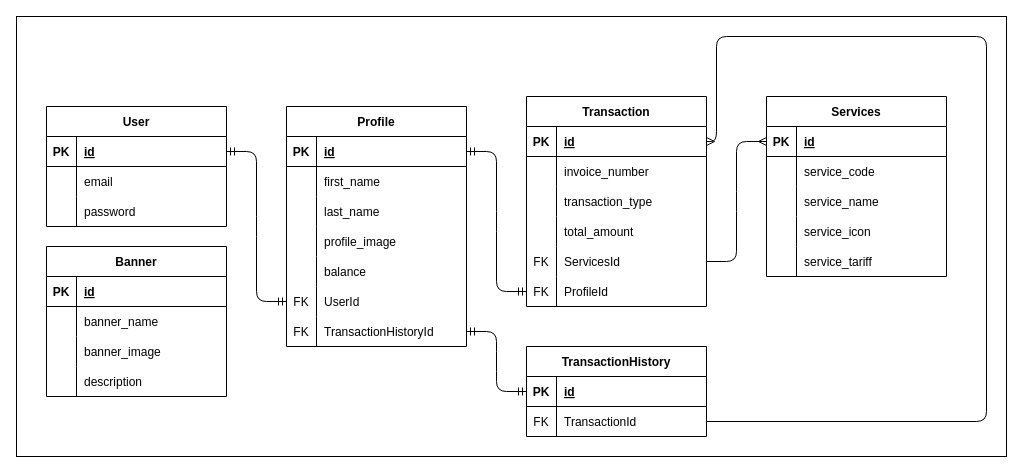
This is ERD.drawio from alexanderbry/NutechIntegrasiTHT, a draw.io file, before an edit. Source tidied: cells renumbered, new cells numbered last; positions are measured from the earlier drawing's top-left corner, leaving out a move shared by most shapes. Both pictures are drawn from the tidied source at 100%, with x=0, y=0 at pixel (16, 16).
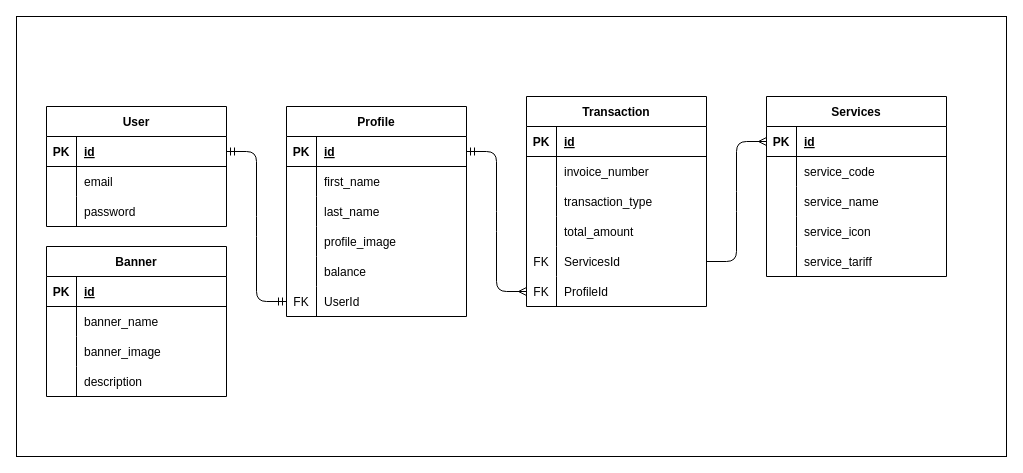
After the change.

The change refers to these unchanged cells:
```xml
<mxCell id="43" style="shape=tableRow;horizontal=0;startSize=0;swimlaneHead=0;swimlaneBody=0;fillColor=none;points=[[0,0.5],[1,0.5]];portConstraint=eastwest;top=0;left=0;right=0;bottom=1;" parent="42" vertex="1">
  <mxGeometry y="30" width="180" height="30" as="geometry" />
</mxCell>
<mxCell id="58" style="shape=tableRow;horizontal=0;startSize=0;swimlaneHead=0;swimlaneBody=0;fillColor=none;points=[[0,0.5],[1,0.5]];portConstraint=eastwest;top=0;left=0;right=0;bottom=0;" parent="42" vertex="1">
  <mxGeometry y="180" width="180" height="30" as="geometry" />
</mxCell>
<mxCell id="62" style="shape=tableRow;horizontal=0;startSize=0;swimlaneHead=0;swimlaneBody=0;fillColor=none;points=[[0,0.5],[1,0.5]];portConstraint=eastwest;top=0;left=0;right=0;bottom=1;" parent="61" vertex="1">
  <mxGeometry y="30" width="180" height="30" as="geometry" />
</mxCell>
```

Change to the diagram source:
```diff
@@
     <mxCell id="61" value="Profile" style="shape=table;startSize=30;childLayout=tableLayout;rowLines=0;fontStyle=1;align=center;" parent="1" vertex="1">
-      <mxGeometry x="270" y="90" width="180" height="240" as="geometry" />
+      <mxGeometry x="270" y="90" width="180" height="210" as="geometry" />
     </mxCell>
@@
-    <mxCell id="80" style="shape=tableRow;horizontal=0;startSize=0;swimlaneHead=0;swimlaneBody=0;fillColor=none;points=[[0,0.5],[1,0.5]];portConstraint=eastwest;top=0;left=0;right=0;bottom=0;" parent="61" vertex="1">
-      <mxGeometry y="210" width="180" height="30" as="geometry" />
-    </mxCell>
-    <mxCell id="81" value="FK" style="shape=partialRectangle;fillColor=none;top=0;left=0;bottom=0;right=0;overflow=hidden;" parent="80" vertex="1">
-      <mxGeometry width="30" height="30" as="geometry" />
-    </mxCell>
-    <mxCell id="82" value="TransactionHistoryId" style="shape=partialRectangle;fillColor=none;top=0;left=0;bottom=0;right=0;align=left;spacingLeft=6;overflow=hidden;" parent="80" vertex="1">
-      <mxGeometry x="30" width="150" height="30" as="geometry" />
-    </mxCell>
-    <mxCell id="83" value="TransactionHistory" style="shape=table;startSize=30;childLayout=tableLayout;rowLines=0;fontStyle=1;align=center;" parent="1" vertex="1">
-      <mxGeometry x="510" y="330" width="180" height="90" as="geometry" />
-    </mxCell>
-    <mxCell id="84" style="shape=tableRow;horizontal=0;startSize=0;swimlaneHead=0;swimlaneBody=0;fillColor=none;points=[[0,0.5],[1,0.5]];portConstraint=eastwest;top=0;left=0;right=0;bottom=1;" parent="83" vertex="1">
-      <mxGeometry y="30" width="180" height="30" as="geometry" />
-    </mxCell>
-    <mxCell id="85" value="PK" style="shape=partialRectangle;fillColor=none;top=0;left=0;bottom=0;right=0;fontStyle=1;overflow=hidden;" parent="84" vertex="1">
-      <mxGeometry width="30" height="30" as="geometry" />
-    </mxCell>
-    <mxCell id="86" value="id" style="shape=partialRectangle;fillColor=none;top=0;left=0;bottom=0;right=0;align=left;spacingLeft=6;fontStyle=5;overflow=hidden;" parent="84" vertex="1">
-      <mxGeometry x="30" width="150" height="30" as="geometry" />
-    </mxCell>
-    <mxCell id="87" style="shape=tableRow;horizontal=0;startSize=0;swimlaneHead=0;swimlaneBody=0;fillColor=none;points=[[0,0.5],[1,0.5]];portConstraint=eastwest;top=0;left=0;right=0;bottom=0;" parent="83" vertex="1">
-      <mxGeometry y="60" width="180" height="30" as="geometry" />
-    </mxCell>
-    <mxCell id="88" value="FK" style="shape=partialRectangle;fillColor=none;top=0;left=0;bottom=0;right=0;overflow=hidden;" parent="87" vertex="1">
-      <mxGeometry width="30" height="30" as="geometry" />
-    </mxCell>
-    <mxCell id="89" value="TransactionId" style="shape=partialRectangle;fillColor=none;top=0;left=0;bottom=0;right=0;align=left;spacingLeft=6;overflow=hidden;" parent="87" vertex="1">
-      <mxGeometry x="30" width="150" height="30" as="geometry" />
-    </mxCell>
@@
-    <mxCell id="92" style="edgeStyle=entityRelationEdgeStyle;fontSize=12;html=1;endArrow=ERmandOne;startArrow=ERmandOne;exitX=1;exitY=0.5;exitDx=0;exitDy=0;entryX=0;entryY=0.5;entryDx=0;entryDy=0;" parent="1" edge="1" source="62" target="58">
+    <mxCell id="92" style="edgeStyle=entityRelationEdgeStyle;fontSize=12;html=1;endArrow=ERmany;startArrow=ERmandOne;exitX=1;exitY=0.5;exitDx=0;exitDy=0;entryX=0;entryY=0.5;entryDx=0;entryDy=0;endFill=0;" parent="1" edge="1" source="62" target="58">
       <mxGeometry relative="1" as="geometry" />
     </mxCell>
-    <mxCell id="93" style="edgeStyle=entityRelationEdgeStyle;fontSize=12;html=1;endArrow=ERmandOne;startArrow=ERmandOne;exitX=1;exitY=0.5;exitDx=0;exitDy=0;entryX=0;entryY=0.5;entryDx=0;entryDy=0;" parent="1" edge="1" source="80" target="84">
-      <mxGeometry relative="1" as="geometry" />
-    </mxCell>
-    <mxCell id="94" style="edgeStyle=orthogonalEdgeStyle;html=1;exitX=1;exitY=0.5;exitDx=0;exitDy=0;endArrow=baseDash;endFill=0;entryX=1;entryY=0.5;entryDx=0;entryDy=0;startArrow=ERmany;startFill=0;" parent="1" edge="1" source="43" target="87">
-      <mxGeometry relative="1" as="geometry">
-        <Array as="points">
-          <mxPoint x="700" y="125" />
-          <mxPoint x="700" y="20" />
-          <mxPoint x="970" y="20" />
-          <mxPoint x="970" y="405" />
-        </Array>
-      </mxGeometry>
-    </mxCell>
```
